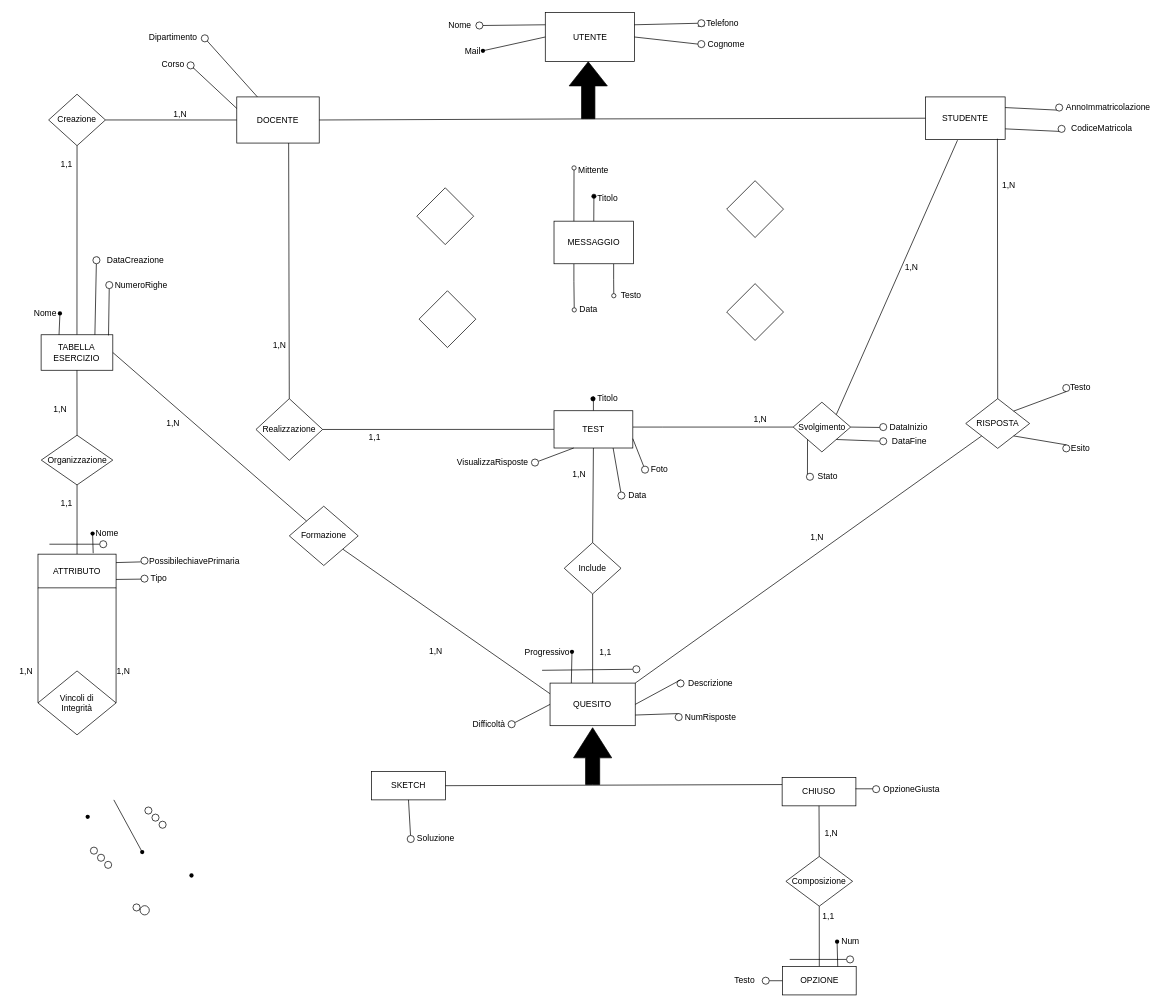
Teallapesca/cinciallegra_basi keeps this draw.io diagram as EsempioBasiDiagramma.drawio. Above is the earlier version. Source tidied: cells renumbered, new cells numbered last; positions are measured from the earlier drawing's top-left corner, leaving out a move shared by most shapes. Both pictures are drawn from the tidied source at 71%, with x=0, y=0 at pixel (11, 12).
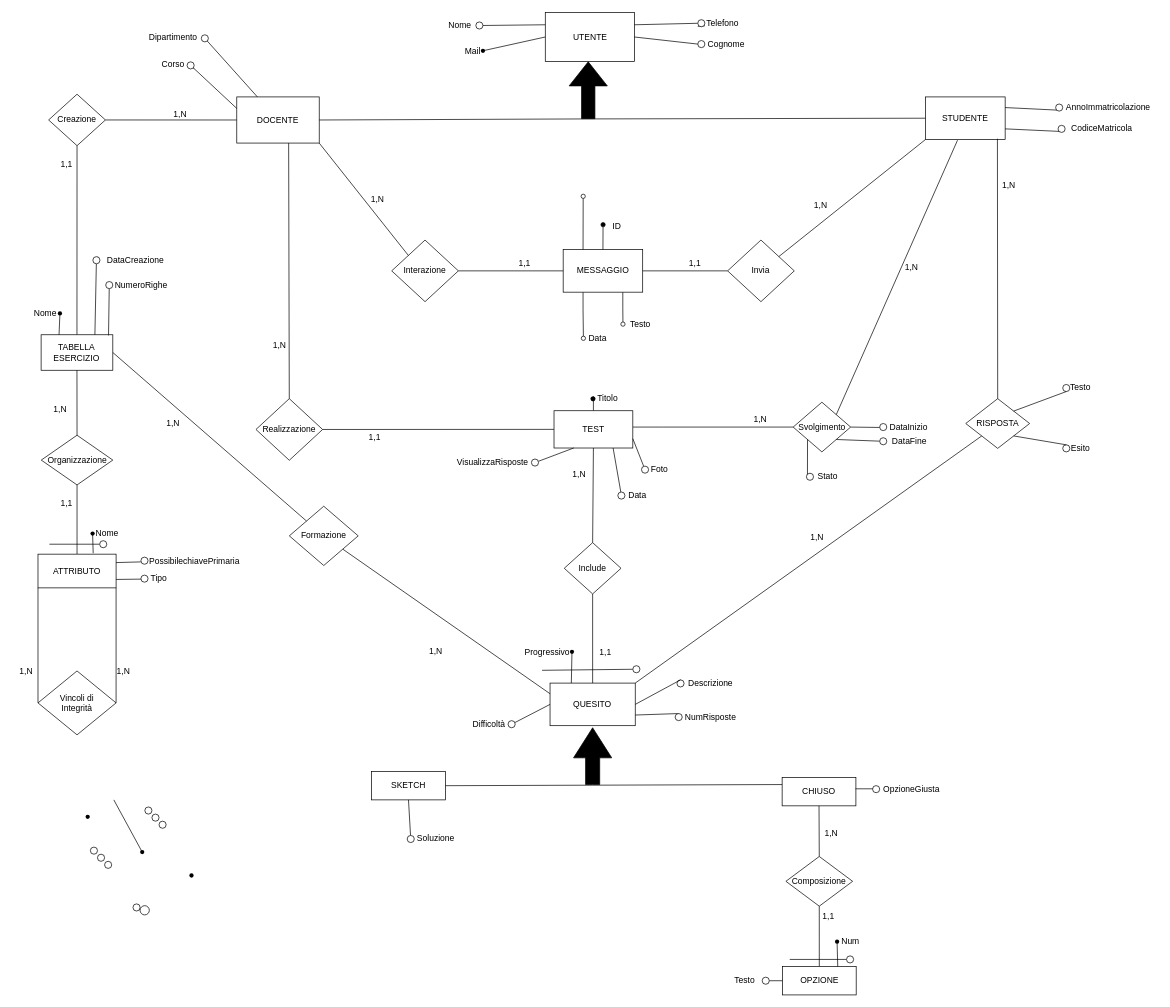
Above is the later version.

Commit message (it also covers changes not shown here):
diagrammi aggiornati

The change refers to these unchanged cells:
```xml
<mxCell id="3" value="STUDENTE" style="rounded=0;whiteSpace=wrap;html=1;" parent="1" vertex="1">
  <mxGeometry x="1287" y="119" width="112.2" height="60" as="geometry" />
</mxCell>
<mxCell id="116" value="DOCENTE" style="rounded=0;whiteSpace=wrap;html=1;" parent="1" vertex="1">
  <mxGeometry x="317" y="119" width="116.1" height="65" as="geometry" />
</mxCell>
```

Diff of the diagram source:
```diff
@@
-    <mxCell id="169" style="edgeStyle=orthogonalEdgeStyle;rounded=0;jettySize=auto;html=1;exitX=0.75;exitY=1;exitDx=0;exitDy=0;endArrow=oval;endFill=0;" parent="1" edge="1" source="171">
-      <mxGeometry relative="1" as="geometry">
-        <mxPoint x="848" y="399" as="targetPoint" />
-      </mxGeometry>
-    </mxCell>
-    <mxCell id="170" style="edgeStyle=orthogonalEdgeStyle;rounded=0;jettySize=auto;html=1;exitX=0.25;exitY=1;exitDx=0;exitDy=0;endArrow=oval;endFill=0;entryX=0.106;entryY=0.5;entryDx=0;entryDy=0;entryPerimeter=0;" parent="1" edge="1" source="171" target="175">
-      <mxGeometry relative="1" as="geometry" />
-    </mxCell>
-    <mxCell id="171" value="MESSAGGIO" style="rounded=0;whiteSpace=wrap;html=1;" parent="1" vertex="1">
-      <mxGeometry x="763.8" y="294" width="112" height="60" as="geometry" />
-    </mxCell>
-    <mxCell id="172" style="endArrow=oval;html=1;rounded=0;exitX=0.5;exitY=0;exitDx=0;exitDy=0;endFill=1;" parent="1" edge="1" source="171">
-      <mxGeometry relative="1" as="geometry">
-        <mxPoint x="820" y="259" as="targetPoint" />
-      </mxGeometry>
-    </mxCell>
-    <mxCell id="173" value="Titolo" style="text;html=1;align=center;verticalAlign=middle;strokeColor=none;fillColor=none;" parent="1" vertex="1">
-      <mxGeometry x="813.7" y="247" width="50" height="30" as="geometry" />
-    </mxCell>
-    <mxCell id="174" value="Testo" style="text;html=1;align=center;verticalAlign=middle;strokeColor=none;fillColor=none;" parent="1" vertex="1">
-      <mxGeometry x="847" y="384" width="50" height="30" as="geometry" />
-    </mxCell>
-    <mxCell id="175" value="Data" style="text;html=1;align=center;verticalAlign=middle;points=[];strokeColor=none;fillColor=none;" parent="1" vertex="1">
-      <mxGeometry x="787" y="404" width="50" height="30" as="geometry" />
-    </mxCell>
-    <mxCell id="176" style="endArrow=oval;html=1;rounded=0;exitX=0.25;exitY=0;exitDx=0;exitDy=0;endFill=0;" parent="1" edge="1" source="171">
-      <mxGeometry relative="1" as="geometry">
-        <mxPoint x="792" y="219" as="targetPoint" />
-      </mxGeometry>
-    </mxCell>
-    <mxCell id="177" value="Mittente" style="text;html=1;align=center;verticalAlign=middle;strokeColor=none;fillColor=none;" parent="1" vertex="1">
-      <mxGeometry x="783.7" y="207" width="70" height="30" as="geometry" />
-    </mxCell>
@@
-    <mxCell id="181" style="rhombus;whiteSpace=wrap;html=1;" parent="1" vertex="1">
-      <mxGeometry x="570.6" y="247" width="80" height="80" as="geometry" />
-    </mxCell>
-    <mxCell id="182" style="rhombus;whiteSpace=wrap;html=1;" parent="1" vertex="1">
-      <mxGeometry x="573.7" y="392" width="80" height="80" as="geometry" />
-    </mxCell>
-    <mxCell id="183" style="rhombus;whiteSpace=wrap;html=1;" parent="1" vertex="1">
-      <mxGeometry x="1007" y="237" width="80" height="80" as="geometry" />
-    </mxCell>
-    <mxCell id="184" style="rhombus;whiteSpace=wrap;html=1;" parent="1" vertex="1">
-      <mxGeometry x="1007" y="382" width="80" height="80" as="geometry" />
-    </mxCell>
@@
+    <mxCell id="189" style="edgeStyle=orthogonalEdgeStyle;rounded=0;jettySize=auto;html=1;exitX=0.75;exitY=1;exitDx=0;exitDy=0;endArrow=oval;endFill=0;" parent="1" edge="1" source="171">
+      <mxGeometry relative="1" as="geometry">
+        <mxPoint x="860.9" y="439" as="targetPoint" />
+      </mxGeometry>
+    </mxCell>
+    <mxCell id="170" style="edgeStyle=orthogonalEdgeStyle;rounded=0;jettySize=auto;html=1;exitX=0.25;exitY=1;exitDx=0;exitDy=0;endArrow=oval;endFill=0;entryX=0.106;entryY=0.5;entryDx=0;entryDy=0;entryPerimeter=0;" parent="1" edge="1" source="171" target="175">
+      <mxGeometry relative="1" as="geometry" />
+    </mxCell>
+    <mxCell id="171" value="MESSAGGIO" style="rounded=0;whiteSpace=wrap;html=1;" parent="1" vertex="1">
+      <mxGeometry x="776.7" y="334" width="112" height="60" as="geometry" />
+    </mxCell>
+    <mxCell id="190" style="endArrow=oval;html=1;rounded=0;exitX=0.5;exitY=0;exitDx=0;exitDy=0;endFill=1;" parent="1" edge="1" source="171">
+      <mxGeometry relative="1" as="geometry">
+        <mxPoint x="832.9" y="299" as="targetPoint" />
+      </mxGeometry>
+    </mxCell>
+    <mxCell id="191" value="ID" style="text;html=1;align=center;verticalAlign=middle;strokeColor=none;fillColor=none;" parent="1" vertex="1">
+      <mxGeometry x="831.6" y="287" width="40" height="30" as="geometry" />
+    </mxCell>
+    <mxCell id="174" value="Testo" style="text;html=1;align=center;verticalAlign=middle;strokeColor=none;fillColor=none;" parent="1" vertex="1">
+      <mxGeometry x="859.9" y="424" width="50" height="30" as="geometry" />
+    </mxCell>
+    <mxCell id="175" value="Data" style="text;html=1;align=center;verticalAlign=middle;points=[];strokeColor=none;fillColor=none;" parent="1" vertex="1">
+      <mxGeometry x="799.9" y="444" width="50" height="30" as="geometry" />
+    </mxCell>
+    <mxCell id="192" style="endArrow=oval;html=1;rounded=0;exitX=0.25;exitY=0;exitDx=0;exitDy=0;endFill=0;" parent="1" edge="1" source="171">
+      <mxGeometry relative="1" as="geometry">
+        <mxPoint x="804.9" y="259" as="targetPoint" />
+      </mxGeometry>
+    </mxCell>
+    <mxCell id="193" value="Interazione" style="rhombus;whiteSpace=wrap;html=1;" parent="1" vertex="1">
+      <mxGeometry x="535.2" y="320.6" width="93.9" height="86.8" as="geometry" />
+    </mxCell>
+    <mxCell id="194" style="endArrow=none;html=1;rounded=0;entryX=1;entryY=0.5;entryDx=0;entryDy=0;exitX=0;exitY=0.5;exitDx=0;exitDy=0;" parent="1" edge="1" source="171" target="193">
+      <mxGeometry relative="1" as="geometry" />
+    </mxCell>
+    <mxCell id="195" value="Invia" style="rhombus;whiteSpace=wrap;html=1;" parent="1" vertex="1">
+      <mxGeometry x="1008.3" y="320.6" width="93.9" height="86.8" as="geometry" />
+    </mxCell>
+    <mxCell id="196" style="endArrow=none;html=1;rounded=0;entryX=1;entryY=0.5;entryDx=0;entryDy=0;exitX=0;exitY=0.5;exitDx=0;exitDy=0;" parent="1" edge="1" source="195" target="171">
+      <mxGeometry relative="1" as="geometry" />
+    </mxCell>
+    <mxCell id="197" value="1,1" style="text;html=1;align=center;verticalAlign=middle;strokeColor=none;fillColor=none;" parent="1" vertex="1">
+      <mxGeometry x="702.2" y="339" width="40" height="30" as="geometry" />
+    </mxCell>
+    <mxCell id="198" value="1,1" style="text;html=1;align=center;verticalAlign=middle;strokeColor=none;fillColor=none;" parent="1" vertex="1">
+      <mxGeometry x="942.2" y="339" width="40" height="30" as="geometry" />
+    </mxCell>
+    <mxCell id="199" style="endArrow=none;html=1;rounded=0;entryX=1;entryY=1;entryDx=0;entryDy=0;exitX=0;exitY=0;exitDx=0;exitDy=0;" parent="1" edge="1" source="193" target="116">
+      <mxGeometry relative="1" as="geometry" />
+    </mxCell>
+    <mxCell id="200" style="endArrow=none;html=1;rounded=0;entryX=0;entryY=1;entryDx=0;entryDy=0;" parent="1" edge="1" source="195" target="3">
+      <mxGeometry relative="1" as="geometry" />
+    </mxCell>
+    <mxCell id="201" value="1,N" style="text;html=1;align=center;verticalAlign=middle;strokeColor=none;fillColor=none;" parent="1" vertex="1">
+      <mxGeometry x="495.2" y="249" width="40" height="30" as="geometry" />
+    </mxCell>
+    <mxCell id="202" value="1,N" style="text;html=1;align=center;verticalAlign=middle;strokeColor=none;fillColor=none;" parent="1" vertex="1">
+      <mxGeometry x="1119.3" y="257" width="40" height="30" as="geometry" />
+    </mxCell>
```
